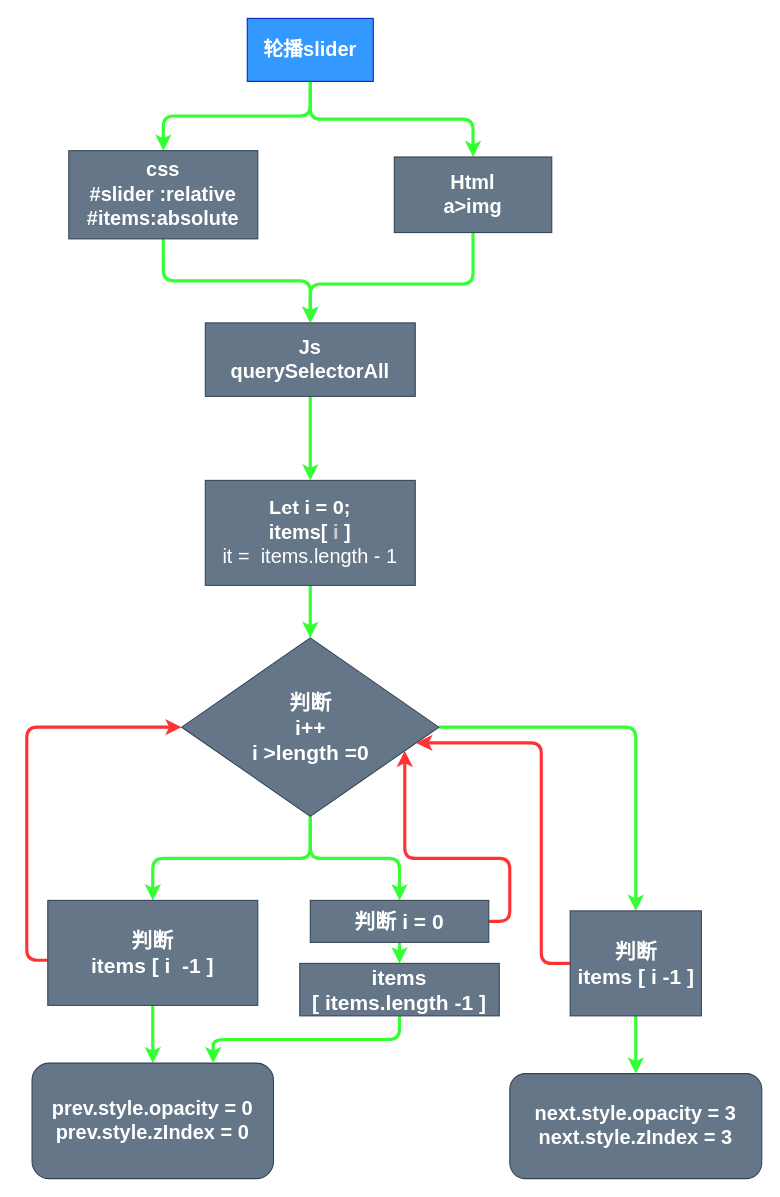
Before: JavascriptMay/02js/slider.drawio in Rice888/2020, a draw.io diagram. Source tidied: cells renumbered, new cells numbered last; positions are measured from the earlier drawing's top-left corner, leaving out a move shared by most shapes. Both pictures are drawn from the tidied source at 105%, with x=0, y=0 at pixel (32, 18).
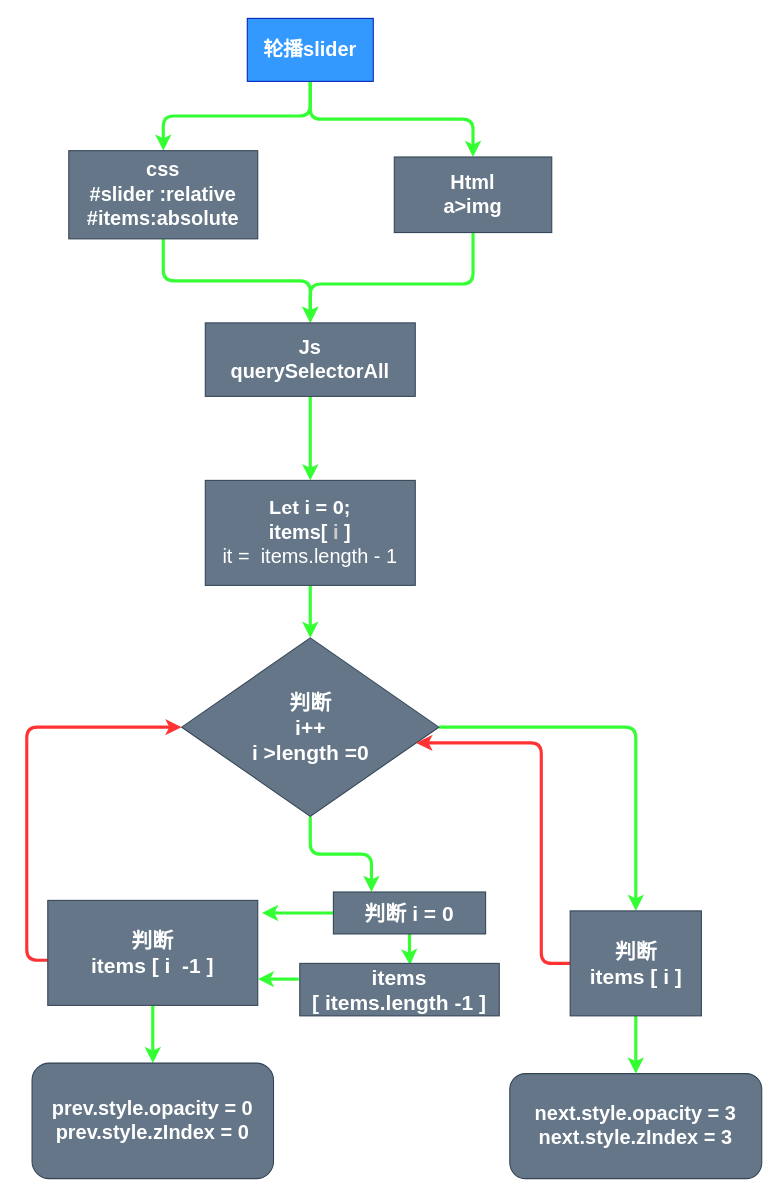
The same diagram, later.

Unchanged cells that the change refers to:
```xml
<mxCell id="12" value="&lt;span style=&quot;font-size: 19px&quot;&gt;&lt;b&gt;Let i = 0;&lt;/b&gt;&lt;br&gt;&lt;b&gt;items[&amp;nbsp;&lt;/b&gt;&lt;b&gt;&lt;font color=&quot;#cccccc&quot;&gt;i&lt;/font&gt;&lt;font color=&quot;#cc0000&quot;&gt;&amp;nbsp;&lt;/font&gt;&lt;/b&gt;&lt;b&gt;]&lt;br&gt;&lt;/b&gt;it =&amp;nbsp; items.length - 1&lt;br&gt;&lt;/span&gt;" style="rounded=0;whiteSpace=wrap;html=1;strokeColor=#314354;fillColor=#647687;fontColor=#ffffff;" parent="1" vertex="1">
  <mxGeometry x="165" y="440" width="200" height="100" as="geometry" />
</mxCell>
<mxCell id="16" value="&lt;font size=&quot;1&quot;&gt;&lt;b style=&quot;font-size: 20px&quot;&gt;判断&lt;br&gt;i++&lt;br&gt;i &amp;gt;length =0&lt;br&gt;&lt;/b&gt;&lt;/font&gt;" style="rhombus;whiteSpace=wrap;html=1;rounded=0;shadow=0;glass=0;comic=0;strokeColor=#314354;fillColor=#647687;fontColor=#ffffff;" parent="1" vertex="1">
  <mxGeometry x="142.5" y="590" width="245" height="170" as="geometry" />
</mxCell>
<mxCell id="19" value="判断&lt;br&gt;items [ i&amp;nbsp; -1 ]" style="rounded=0;whiteSpace=wrap;html=1;strokeColor=#314354;fillColor=#647687;fontColor=#ffffff;fontSize=20;fontStyle=1;" parent="1" vertex="1">
  <mxGeometry x="15" y="840" width="200" height="100" as="geometry" />
</mxCell>
<mxCell id="23" value="&lt;span style=&quot;font-size: 19px&quot;&gt;&lt;b&gt;prev.style.opacity = 0&lt;br&gt;&lt;/b&gt;&lt;/span&gt;&lt;b style=&quot;font-size: 19px&quot;&gt;prev.style.zIndex = 0&lt;/b&gt;&lt;span style=&quot;font-size: 19px&quot;&gt;&lt;br&gt;&lt;/span&gt;" style="rounded=1;whiteSpace=wrap;html=1;strokeColor=#314354;fillColor=#647687;fontColor=#ffffff;" parent="1" vertex="1">
  <mxGeometry y="995" width="230" height="110" as="geometry" />
</mxCell>
<mxCell id="24" value="&lt;span style=&quot;font-size: 19px&quot;&gt;&lt;b&gt;next.style.opacity = 3&lt;br&gt;&lt;/b&gt;&lt;/span&gt;&lt;b style=&quot;font-size: 19px&quot;&gt;next.style.zIndex = 3&lt;/b&gt;&lt;span style=&quot;font-size: 19px&quot;&gt;&lt;br&gt;&lt;/span&gt;" style="rounded=1;whiteSpace=wrap;html=1;strokeColor=#314354;fillColor=#647687;fontColor=#ffffff;glass=0;comic=0;" parent="1" vertex="1">
  <mxGeometry x="455" y="1005" width="240" height="100" as="geometry" />
</mxCell>
<mxCell id="26" value="&lt;span style=&quot;font-size: 20px&quot;&gt;items&lt;br&gt;[ items.length -1 ]&lt;/span&gt;" style="rounded=0;whiteSpace=wrap;html=1;strokeColor=#314354;fillColor=#647687;fontColor=#ffffff;fontSize=20;fontStyle=1;" parent="1" vertex="1">
  <mxGeometry x="255" y="900" width="190" height="50" as="geometry" />
</mxCell>
```

What changed in the source:
```diff
@@
-    <mxCell id="11" style="edgeStyle=orthogonalEdgeStyle;rounded=1;jettySize=auto;html=1;strokeColor=#33FF33;strokeWidth=3;" parent="1" edge="1" source="12">
-      <mxGeometry relative="1" as="geometry">
-        <mxPoint x="265" y="590" as="targetPoint" />
-      </mxGeometry>
-    </mxCell>
+    <mxCell id="30" style="edgeStyle=orthogonalEdgeStyle;rounded=1;jettySize=auto;html=1;strokeColor=#33FF33;strokeWidth=3;" parent="1" edge="1" source="12">
+      <mxGeometry relative="1" as="geometry">
+        <mxPoint x="265" y="590" as="targetPoint" />
+      </mxGeometry>
+    </mxCell>
@@
-    <mxCell id="13" style="edgeStyle=orthogonalEdgeStyle;rounded=1;jettySize=auto;html=1;strokeColor=#33FF33;strokeWidth=3;fontColor=#ffffff;" parent="1" edge="1" source="16" target="19">
-      <mxGeometry relative="1" as="geometry" />
-    </mxCell>
-    <mxCell id="14" style="edgeStyle=orthogonalEdgeStyle;rounded=1;jettySize=auto;html=1;strokeColor=#33FF33;strokeWidth=3;fontColor=#ffffff;" parent="1" edge="1" source="16" target="22">
+    <mxCell id="14" style="edgeStyle=orthogonalEdgeStyle;rounded=1;jettySize=auto;html=1;strokeColor=#33FF33;strokeWidth=3;fontColor=#ffffff;entryX=0.25;entryY=0;entryDx=0;entryDy=0;" parent="1" edge="1" source="16" target="22">
       <mxGeometry relative="1" as="geometry" />
     </mxCell>
-    <mxCell id="15" style="edgeStyle=orthogonalEdgeStyle;rounded=1;jettySize=auto;html=1;strokeColor=#33FF33;strokeWidth=3;fontColor=#ffffff;" parent="1" edge="1" source="16" target="29">
-      <mxGeometry relative="1" as="geometry" />
-    </mxCell>
+    <mxCell id="31" style="edgeStyle=orthogonalEdgeStyle;rounded=1;jettySize=auto;html=1;strokeColor=#33FF33;strokeWidth=3;fontColor=#ffffff;" parent="1" edge="1" source="16" target="36">
+      <mxGeometry relative="1" as="geometry" />
+    </mxCell>
@@
-    <mxCell id="20" style="edgeStyle=orthogonalEdgeStyle;rounded=1;jettySize=auto;html=1;strokeColor=#33FF33;strokeWidth=3;fontColor=#ffffff;fontSize=20;fontStyle=1;" parent="1" edge="1" source="22" target="26">
+    <mxCell id="20" style="edgeStyle=orthogonalEdgeStyle;rounded=1;jettySize=auto;html=1;strokeColor=#33FF33;strokeWidth=3;fontColor=#ffffff;fontSize=20;fontStyle=1;entryX=0.553;entryY=0.033;entryDx=0;entryDy=0;entryPerimeter=0;" parent="1" edge="1" source="22" target="26">
       <mxGeometry relative="1" as="geometry" />
     </mxCell>
-    <mxCell id="21" style="edgeStyle=orthogonalEdgeStyle;rounded=1;jettySize=auto;html=1;strokeColor=#FF3333;strokeWidth=3;fontColor=#ffffff;exitX=1;exitY=0.5;exitDx=0;exitDy=0;fillColor=#e51400;" parent="1" edge="1" source="22" target="16">
-      <mxGeometry relative="1" as="geometry">
-        <Array as="points">
-          <mxPoint x="455" y="860" />
-          <mxPoint x="455" y="800" />
-          <mxPoint x="355" y="800" />
-        </Array>
-      </mxGeometry>
-    </mxCell>
+    <mxCell id="32" style="edgeStyle=orthogonalEdgeStyle;rounded=0;jettySize=auto;html=1;fillColor=#e51400;strokeColor=#33FF33;endSize=6;startSize=6;targetPerimeterSpacing=5;strokeWidth=3;" parent="1" edge="1" source="22">
+      <mxGeometry relative="1" as="geometry">
+        <mxPoint x="219" y="852" as="targetPoint" />
+      </mxGeometry>
+    </mxCell>
     <mxCell id="22" value="&lt;span style=&quot;font-size: 20px&quot;&gt;判断 i = 0&lt;/span&gt;" style="rounded=0;whiteSpace=wrap;html=1;strokeColor=#314354;fillColor=#647687;fontColor=#ffffff;fontSize=20;fontStyle=1;" parent="1" vertex="1">
-      <mxGeometry x="265" y="840" width="170" height="40" as="geometry" />
+      <mxGeometry x="287" y="832" width="145" height="40" as="geometry" />
     </mxCell>
@@
-    <mxCell id="25" style="edgeStyle=orthogonalEdgeStyle;rounded=1;jettySize=auto;html=1;strokeColor=#33FF33;strokeWidth=3;fontColor=#ffffff;entryX=0.75;entryY=0;entryDx=0;entryDy=0;exitX=0.5;exitY=1;exitDx=0;exitDy=0;" parent="1" edge="1" source="26" target="23">
-      <mxGeometry relative="1" as="geometry" />
-    </mxCell>
+    <mxCell id="33" style="edgeStyle=orthogonalEdgeStyle;rounded=1;jettySize=auto;html=1;strokeColor=#33FF33;strokeWidth=3;fontColor=#ffffff;entryX=1;entryY=0.75;entryDx=0;entryDy=0;exitX=-0.005;exitY=0.3;exitDx=0;exitDy=0;exitPerimeter=0;" parent="1" edge="1" source="26" target="19">
+      <mxGeometry relative="1" as="geometry" />
+    </mxCell>
@@
-    <mxCell id="27" style="edgeStyle=orthogonalEdgeStyle;rounded=1;jettySize=auto;html=1;strokeColor=#33FF33;strokeWidth=3;fontColor=#ffffff;" parent="1" edge="1" source="29" target="24">
-      <mxGeometry relative="1" as="geometry" />
-    </mxCell>
-    <mxCell id="28" style="edgeStyle=orthogonalEdgeStyle;rounded=1;jettySize=auto;html=1;strokeColor=#FF3333;strokeWidth=3;fontSize=20;fontColor=#00CC00;" parent="1" edge="1" source="29" target="16">
-      <mxGeometry relative="1" as="geometry">
-        <Array as="points">
-          <mxPoint x="485" y="900" />
-          <mxPoint x="485" y="690" />
-        </Array>
-      </mxGeometry>
-    </mxCell>
-    <mxCell id="29" value="判断&lt;br&gt;items [ i -1 ]" style="rounded=0;whiteSpace=wrap;html=1;strokeColor=#314354;fillColor=#647687;fontColor=#ffffff;fontSize=20;fontStyle=1;" parent="1" vertex="1">
-      <mxGeometry x="512.5" y="850" width="125" height="100" as="geometry" />
-    </mxCell>
+    <mxCell id="34" style="edgeStyle=orthogonalEdgeStyle;rounded=1;jettySize=auto;html=1;strokeColor=#33FF33;strokeWidth=3;fontColor=#ffffff;" parent="1" edge="1" source="36" target="24">
+      <mxGeometry relative="1" as="geometry" />
+    </mxCell>
+    <mxCell id="35" style="edgeStyle=orthogonalEdgeStyle;rounded=1;jettySize=auto;html=1;strokeColor=#FF3333;strokeWidth=3;fontSize=20;fontColor=#00CC00;" parent="1" edge="1" source="36" target="16">
+      <mxGeometry relative="1" as="geometry">
+        <Array as="points">
+          <mxPoint x="485" y="900" />
+          <mxPoint x="485" y="690" />
+        </Array>
+      </mxGeometry>
+    </mxCell>
+    <mxCell id="36" value="判断&lt;br&gt;items [ i ]" style="rounded=0;whiteSpace=wrap;html=1;strokeColor=#314354;fillColor=#647687;fontColor=#ffffff;fontSize=20;fontStyle=1;" parent="1" vertex="1">
+      <mxGeometry x="512.5" y="850" width="125" height="100" as="geometry" />
+    </mxCell>
```
